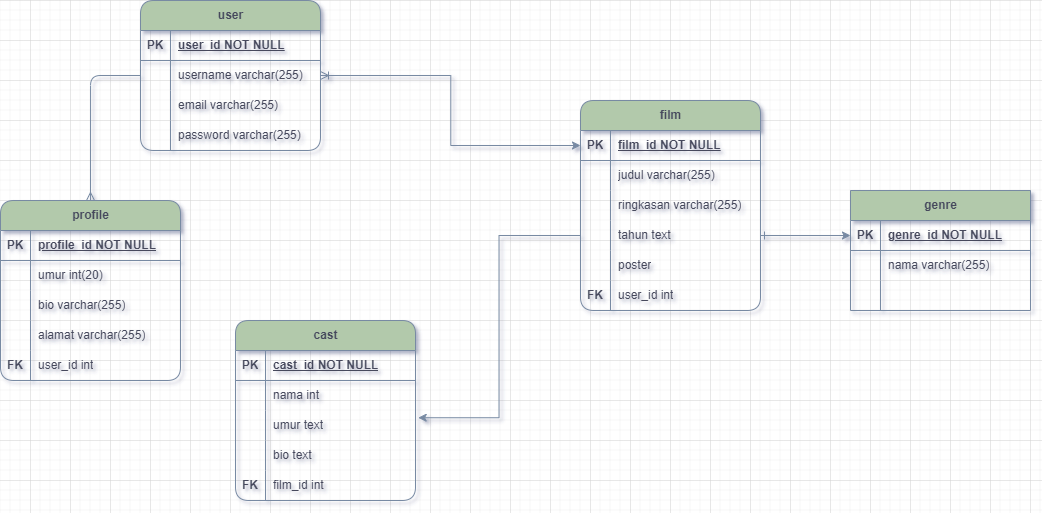
JoyfulRomeumbohh2/Sanbercode-X-Universitas-Lancang-Kuning keeps this draw.io diagram as ERD Review Film.drawio.png. Above is the earlier version. Source tidied: cells renumbered, new cells last; positions are measured from the earlier drawing's top-left corner, leaving out a move shared by most shapes.
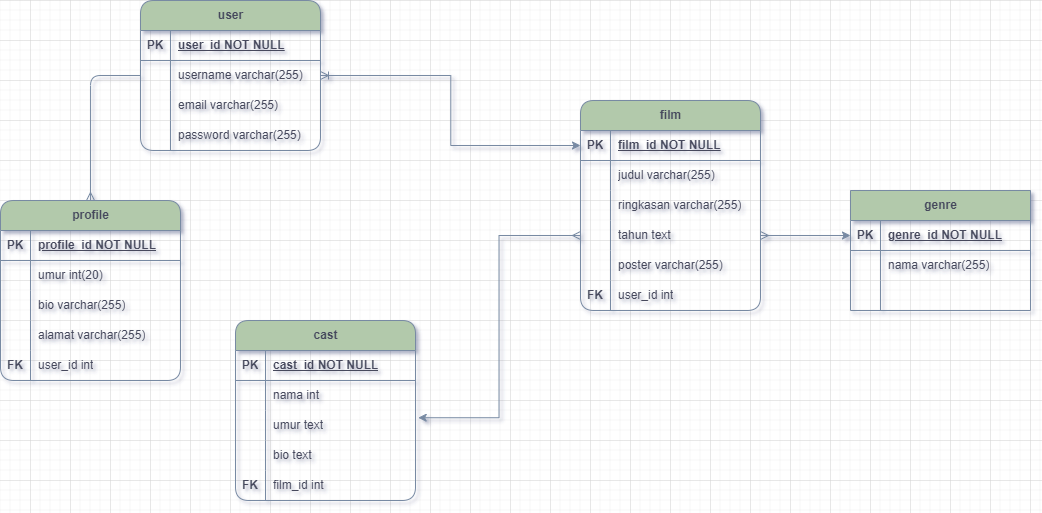
After the change.

Commit message:
Commite ERD : Tugas Hari 10 Joyful Roma Umboh

What changed in the source:
```diff
@@ -185,7 +185,7 @@
     <mxCell id="62" style="shape=partialRectangle;fillColor=none;top=0;left=0;bottom=0;right=0;overflow=hidden;whiteSpace=wrap;html=1;labelBackgroundColor=none;strokeColor=#788AA3;fontColor=#46495D;rounded=1;" parent="61" vertex="1">
       <mxGeometry width="30" height="30" as="geometry" />
     </mxCell>
-    <mxCell id="63" value="poster" style="shape=partialRectangle;fillColor=none;top=0;left=0;bottom=0;right=0;align=left;spacingLeft=6;overflow=hidden;whiteSpace=wrap;html=1;labelBackgroundColor=none;strokeColor=#788AA3;fontColor=#46495D;rounded=1;" parent="61" vertex="1">
+    <mxCell id="63" value="poster varchar(255)" style="shape=partialRectangle;fillColor=none;top=0;left=0;bottom=0;right=0;align=left;spacingLeft=6;overflow=hidden;whiteSpace=wrap;html=1;labelBackgroundColor=none;strokeColor=#788AA3;fontColor=#46495D;rounded=1;" parent="61" vertex="1">
       <mxGeometry x="30" width="150" height="30" as="geometry" />
     </mxCell>
     <mxCell id="64" style="shape=tableRow;horizontal=0;startSize=0;swimlaneHead=0;swimlaneBody=0;fillColor=none;top=0;left=0;right=0;bottom=0;labelBackgroundColor=none;strokeColor=#788AA3;fontColor=#46495D;rounded=1;" parent="48" vertex="1">
@@ -227,10 +227,10 @@
     <mxCell id="76" style="shape=partialRectangle;fillColor=none;top=0;left=0;bottom=0;right=0;align=left;spacingLeft=6;overflow=hidden;whiteSpace=wrap;html=1;strokeColor=#788AA3;fontColor=#46495D;" parent="74" vertex="1">
       <mxGeometry x="30" width="150" height="30" as="geometry" />
     </mxCell>
-    <mxCell id="77" style="edgeStyle=elbowEdgeStyle;rounded=0;jettySize=auto;html=1;exitX=0;exitY=0.5;exitDx=0;exitDy=0;entryX=1.015;entryY=0.241;entryDx=0;entryDy=0;entryPerimeter=0;strokeColor=#788AA3;fontColor=#46495D;fillColor=#B2C9AB;startArrow=baseDash;startFill=0;" parent="1" edge="1" source="58" target="39">
+    <mxCell id="77" style="edgeStyle=elbowEdgeStyle;rounded=0;jettySize=auto;html=1;exitX=0;exitY=0.5;exitDx=0;exitDy=0;entryX=1.015;entryY=0.241;entryDx=0;entryDy=0;entryPerimeter=0;strokeColor=#788AA3;fontColor=#46495D;fillColor=#B2C9AB;startArrow=ERmany;startFill=0;" parent="1" edge="1" source="58" target="39">
       <mxGeometry relative="1" as="geometry" />
     </mxCell>
-    <mxCell id="78" style="rounded=0;jettySize=auto;html=1;exitX=1;exitY=0.5;exitDx=0;exitDy=0;entryX=0;entryY=0.5;entryDx=0;entryDy=0;strokeColor=#788AA3;fontColor=#46495D;fillColor=#B2C9AB;startArrow=ERone;startFill=0;edgeStyle=orthogonalEdgeStyle;" parent="1" edge="1" source="58" target="68">
+    <mxCell id="78" style="rounded=0;jettySize=auto;html=1;exitX=1;exitY=0.5;exitDx=0;exitDy=0;entryX=0;entryY=0.5;entryDx=0;entryDy=0;strokeColor=#788AA3;fontColor=#46495D;fillColor=#B2C9AB;startArrow=ERmany;startFill=0;edgeStyle=orthogonalEdgeStyle;" parent="1" edge="1" source="58" target="68">
       <mxGeometry relative="1" as="geometry" />
     </mxCell>
     <mxCell id="79" style="edgeStyle=elbowEdgeStyle;rounded=0;jettySize=auto;html=1;exitX=1;exitY=0.5;exitDx=0;exitDy=0;entryX=0;entryY=0.5;entryDx=0;entryDy=0;strokeColor=#788AA3;fontColor=#46495D;fillColor=#B2C9AB;startArrow=ERoneToMany;startFill=0;" parent="1" edge="1" source="6" target="49">
```
